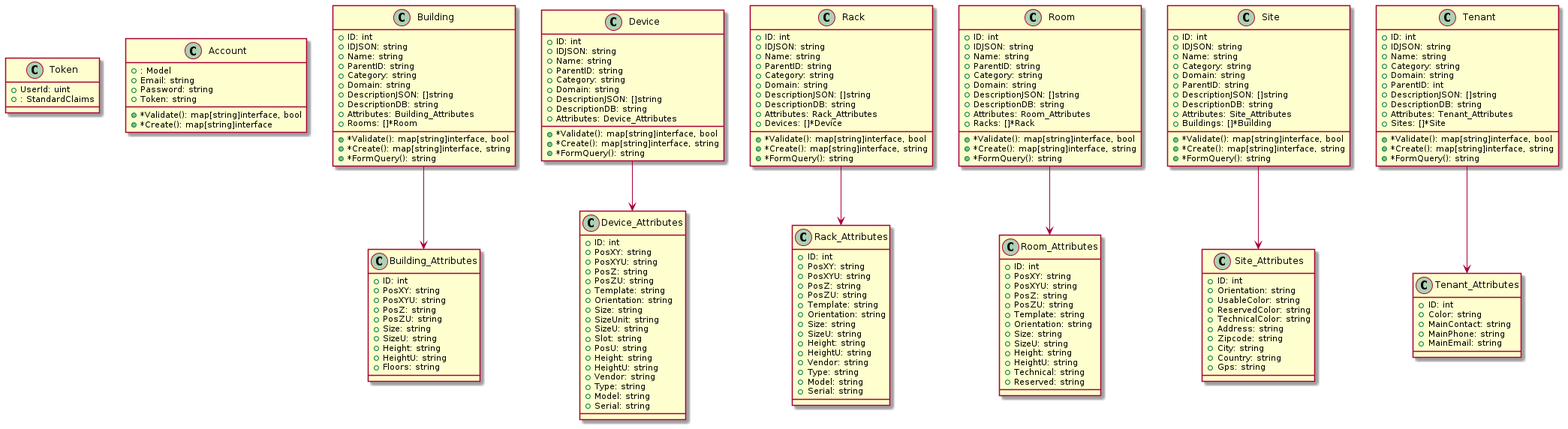
Before: resources/diagrams/UML.png, a diagram exported from PlantUML (ditrit/OGrEE-Core).
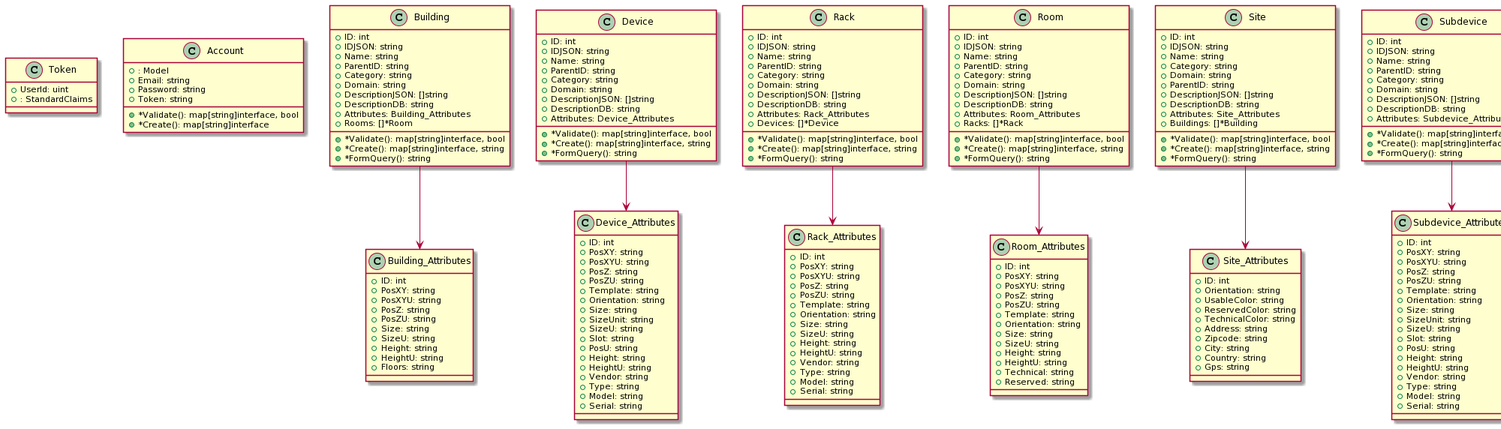
After the commit.

Commit message:
Updated docs and generated UML

Change to the diagram source:
```diff
@@ -11,6 +11,19 @@
 +Token: string
 +*Validate(): map[string]interface, bool
 +*Create(): map[string]interface
+}
+class Building_Attributes {
++ID: int
++PosXY: string
++PosXYU: string
++PosZ: string
++PosZU: string
++Size: string
++SizeU: string
++Height: string
++HeightU: string
++Floors: string
+
 }
 class Building {
 +ID: int
@@ -26,19 +39,6 @@
 +*Validate(): map[string]interface, bool
 +*Create(): map[string]interface, string
 +*FormQuery(): string
-}
-class Building_Attributes {
-+ID: int
-+PosXY: string
-+PosXYU: string
-+PosZ: string
-+PosZU: string
-+Size: string
-+SizeU: string
-+Height: string
-+HeightU: string
-+Floors: string
-
 }
 class Device_Attributes {
 +ID: int
@@ -75,21 +75,6 @@
 +*Create(): map[string]interface, string
 +*FormQuery(): string
 }
-class Rack {
-+ID: int
-+IDJSON: string
-+Name: string
-+ParentID: string
-+Category: string
-+Domain: string
-+DescriptionJSON: []string
-+DescriptionDB: string
-+Attributes: Rack_Attributes
-+Devices: []*Device
-+*Validate(): map[string]interface, bool
-+*Create(): map[string]interface, string
-+*FormQuery(): string
-}
 class Rack_Attributes {
 +ID: int
 +PosXY: string
@@ -107,6 +92,21 @@
 +Model: string
 +Serial: string
 
+}
+class Rack {
++ID: int
++IDJSON: string
++Name: string
++ParentID: string
++Category: string
++Domain: string
++DescriptionJSON: []string
++DescriptionDB: string
++Attributes: Rack_Attributes
++Devices: []*Device
++*Validate(): map[string]interface, bool
++*Create(): map[string]interface, string
++*FormQuery(): string
 }
 class Room_Attributes {
 +ID: int
@@ -167,13 +167,40 @@
 +*Create(): map[string]interface, string
 +*FormQuery(): string
 }
-class Tenant_Attributes {
+class Subdevice_Attributes {
 +ID: int
-+Color: string
-+MainContact: string
-+MainPhone: string
-+MainEmail: string
++PosXY: string
++PosXYU: string
++PosZ: string
++PosZU: string
++Template: string
++Orientation: string
++Size: string
++SizeUnit: string
++SizeU: string
++Slot: string
++PosU: string
++Height: string
++HeightU: string
++Vendor: string
++Type: string
++Model: string
++Serial: string
 
+}
+class Subdevice {
++ID: int
++IDJSON: string
++Name: string
++ParentID: string
++Category: string
++Domain: string
++DescriptionJSON: []string
++DescriptionDB: string
++Attributes: Subdevice_Attributes
++*Validate(): map[string]interface, bool
++*Create(): map[string]interface, string
++*FormQuery(): string
 }
 class Tenant {
 +ID: int
@@ -190,10 +217,19 @@
 +*Create(): map[string]interface, string
 +*FormQuery(): string
 }
+class Tenant_Attributes {
++ID: int
++Color: string
++MainContact: string
++MainPhone: string
++MainEmail: string
+
+}
 Building --> Building_Attributes
 Device --> Device_Attributes
 Rack --> Rack_Attributes
 Room --> Room_Attributes
 Site --> Site_Attributes
+Subdevice --> Subdevice_Attributes
 Tenant --> Tenant_Attributes
 @enduml
```
